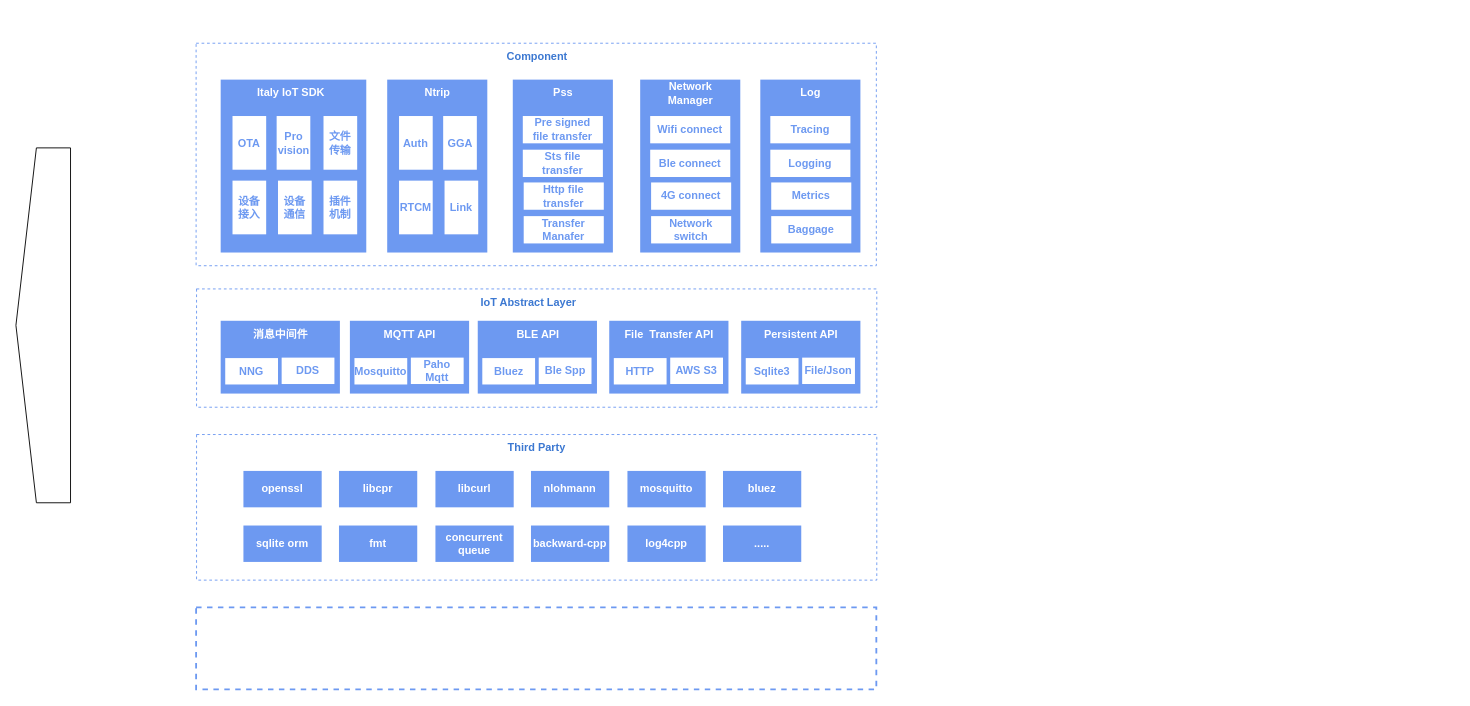
The draw.io diagram IoT架构-系统架构图.drawio in xunzhaoxusanduo/1-drawio, before the edit. Source tidied: cells renumbered, new cells numbered last; positions are measured from the earlier drawing's top-left corner, leaving out a move shared by most shapes. Both pictures are drawn from the tidied source at 91%, with x=0, y=0 at pixel (-135, 43).
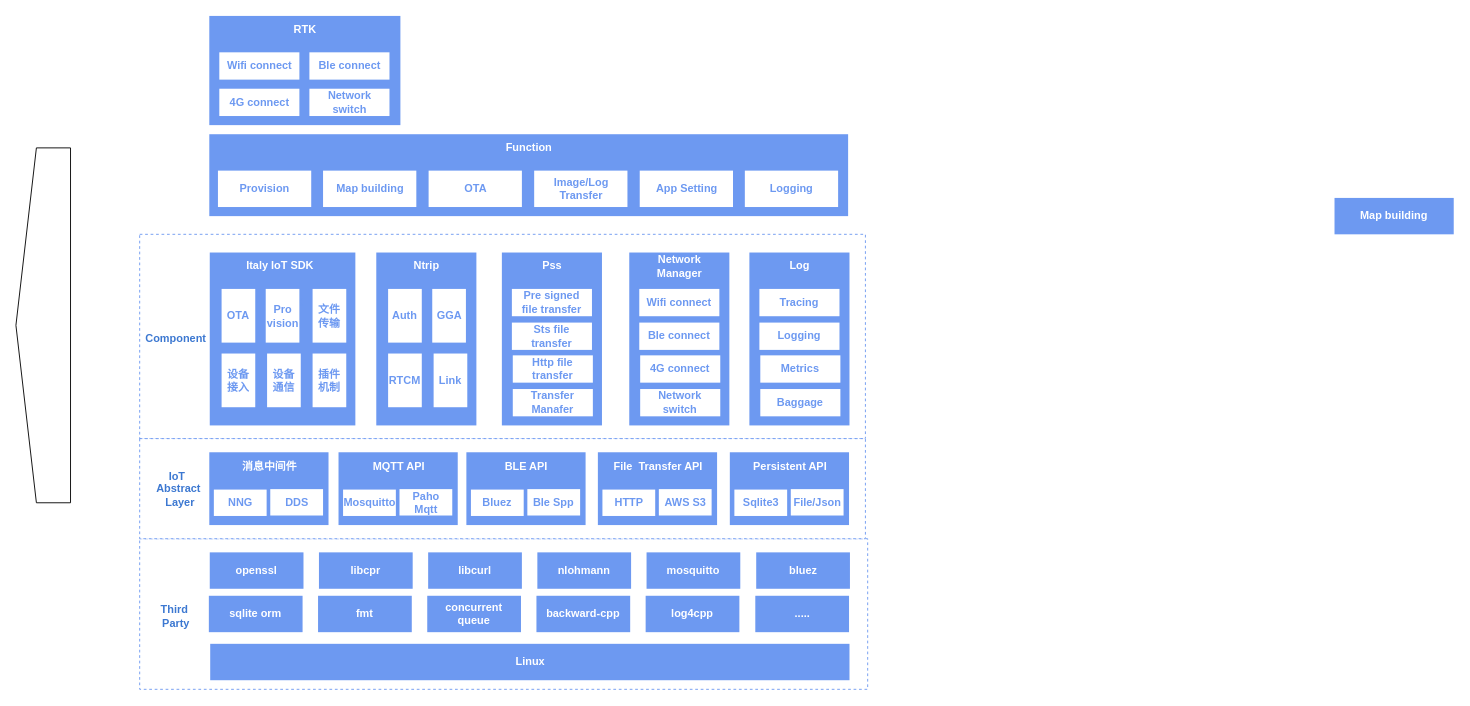
The same page after the edit.

Commit message (it also covers changes not shown here):
Update IoT架构-系统架构图.drawio

The edit, as a diff of the source:
```diff
@@
     <mxCell id="2" style="rounded=0;whiteSpace=wrap;html=1;dashed=1;strokeColor=#6D99F1;strokeWidth=1;" parent="1" vertex="1">
-      <mxGeometry x="363" width="747.5" height="244.5" as="geometry" />
+      <mxGeometry x="301" y="210" width="797.5" height="224.5" as="geometry" />
     </mxCell>
     <mxCell id="3" style="rounded=0;whiteSpace=wrap;html=1;dashed=1;strokeColor=#6D99F1;strokeWidth=1;" parent="1" vertex="1">
-      <mxGeometry x="363.5" y="430" width="747.5" height="160" as="geometry" />
+      <mxGeometry x="301" y="544.5" width="800" height="165.5" as="geometry" />
     </mxCell>
     <mxCell id="4" style="rounded=0;whiteSpace=wrap;html=1;dashed=1;strokeColor=#6D99F1;strokeWidth=1;" parent="1" vertex="1">
-      <mxGeometry x="363.5" y="270" width="747.5" height="130" as="geometry" />
+      <mxGeometry x="301" y="434.5" width="797.5" height="110" as="geometry" />
     </mxCell>
@@
-    <mxCell id="6" value="IoT Abstract Layer" style="text;html=1;align=center;verticalAlign=middle;whiteSpace=wrap;rounded=0;fontStyle=1;fontColor=#3C78D1;" parent="1" vertex="1">
-      <mxGeometry x="647.2" y="270" width="162.5" height="30" as="geometry" />
+    <mxCell id="6" value="IoT&amp;nbsp;&lt;div&gt;Abstract&lt;/div&gt;&lt;div&gt;&amp;nbsp;Layer&lt;/div&gt;" style="text;html=1;align=center;verticalAlign=middle;whiteSpace=wrap;rounded=0;fontStyle=1;fontColor=#3C78D1;" parent="1" vertex="1">
+      <mxGeometry x="308.5" y="436.8" width="70" height="105.5" as="geometry" />
     </mxCell>
     <mxCell id="7" value="Component" style="text;html=1;align=center;verticalAlign=middle;whiteSpace=wrap;rounded=0;fontStyle=1;fontColor=#3C78D1;" parent="1" vertex="1">
-      <mxGeometry x="363.5" width="747.5" height="30" as="geometry" />
+      <mxGeometry x="301" y="210" width="80" height="230" as="geometry" />
     </mxCell>
     <mxCell id="8" style="rounded=0;whiteSpace=wrap;html=1;fillColor=#6D99F1;strokeColor=none;" parent="1" vertex="1">
-      <mxGeometry x="390" y="305" width="131" height="80" as="geometry" />
+      <mxGeometry x="377.5" y="449.5" width="131" height="80" as="geometry" />
     </mxCell>
     <mxCell id="9" value="消息中间件" style="text;html=1;strokeColor=none;fillColor=none;align=center;verticalAlign=middle;whiteSpace=wrap;rounded=0;fontColor=#FFFFFF;fontStyle=1;" parent="1" vertex="1">
-      <mxGeometry x="391" y="305" width="130" height="30" as="geometry" />
+      <mxGeometry x="378.5" y="449.5" width="130" height="30" as="geometry" />
     </mxCell>
     <mxCell id="10" value="NNG" style="rounded=0;whiteSpace=wrap;html=1;strokeColor=none;fontColor=#6D99F1;fontStyle=1;" parent="1" vertex="1">
-      <mxGeometry x="395" y="346" width="58" height="29" as="geometry" />
+      <mxGeometry x="382.5" y="490.5" width="58" height="29" as="geometry" />
     </mxCell>
     <mxCell id="11" value="DDS" style="rounded=0;whiteSpace=wrap;html=1;strokeColor=none;fontColor=#6D99F1;fontStyle=1;" parent="1" vertex="1">
-      <mxGeometry x="457" y="345.5" width="58" height="29" as="geometry" />
+      <mxGeometry x="444.5" y="490" width="58" height="29" as="geometry" />
     </mxCell>
     <mxCell id="12" style="rounded=0;whiteSpace=wrap;html=1;fillColor=#6D99F1;strokeColor=none;" parent="1" vertex="1">
-      <mxGeometry x="532" y="305" width="131" height="80" as="geometry" />
+      <mxGeometry x="519.5" y="449.5" width="131" height="80" as="geometry" />
     </mxCell>
     <mxCell id="13" value="MQTT API" style="text;html=1;strokeColor=none;fillColor=none;align=center;verticalAlign=middle;whiteSpace=wrap;rounded=0;fontColor=#FFFFFF;fontStyle=1;" parent="1" vertex="1">
-      <mxGeometry x="533" y="305" width="130" height="30" as="geometry" />
+      <mxGeometry x="520.5" y="449.5" width="130" height="30" as="geometry" />
     </mxCell>
     <mxCell id="14" value="Mosquitto" style="rounded=0;whiteSpace=wrap;html=1;strokeColor=none;fontColor=#6D99F1;fontStyle=1;" parent="1" vertex="1">
-      <mxGeometry x="537" y="346" width="58" height="29" as="geometry" />
+      <mxGeometry x="524.5" y="490.5" width="58" height="29" as="geometry" />
     </mxCell>
     <mxCell id="15" value="Paho Mqtt" style="rounded=0;whiteSpace=wrap;html=1;strokeColor=none;fontColor=#6D99F1;fontStyle=1;" parent="1" vertex="1">
-      <mxGeometry x="599" y="345.5" width="58" height="29" as="geometry" />
+      <mxGeometry x="586.5" y="490" width="58" height="29" as="geometry" />
     </mxCell>
     <mxCell id="16" style="rounded=0;whiteSpace=wrap;html=1;fillColor=#6D99F1;strokeColor=none;" parent="1" vertex="1">
-      <mxGeometry x="672.5" y="305" width="131" height="80" as="geometry" />
+      <mxGeometry x="660" y="449.5" width="131" height="80" as="geometry" />
     </mxCell>
     <mxCell id="17" value="BLE API" style="text;html=1;strokeColor=none;fillColor=none;align=center;verticalAlign=middle;whiteSpace=wrap;rounded=0;fontColor=#FFFFFF;fontStyle=1;" parent="1" vertex="1">
-      <mxGeometry x="673.5" y="305" width="130" height="30" as="geometry" />
+      <mxGeometry x="661" y="449.5" width="130" height="30" as="geometry" />
     </mxCell>
     <mxCell id="18" value="Bluez" style="rounded=0;whiteSpace=wrap;html=1;strokeColor=none;fontColor=#6D99F1;fontStyle=1;" parent="1" vertex="1">
-      <mxGeometry x="677.5" y="346" width="58" height="29" as="geometry" />
+      <mxGeometry x="665" y="490.5" width="58" height="29" as="geometry" />
     </mxCell>
     <mxCell id="19" value="Ble Spp" style="rounded=0;whiteSpace=wrap;html=1;strokeColor=none;fontColor=#6D99F1;fontStyle=1;" parent="1" vertex="1">
-      <mxGeometry x="739.5" y="345.5" width="58" height="29" as="geometry" />
+      <mxGeometry x="727" y="490" width="58" height="29" as="geometry" />
     </mxCell>
     <mxCell id="20" style="rounded=0;whiteSpace=wrap;html=1;fillColor=#6D99F1;strokeColor=none;" parent="1" vertex="1">
-      <mxGeometry x="817" y="305" width="131" height="80" as="geometry" />
+      <mxGeometry x="804.5" y="449.5" width="131" height="80" as="geometry" />
     </mxCell>
     <mxCell id="21" value="File&amp;nbsp; Transfer API" style="text;html=1;strokeColor=none;fillColor=none;align=center;verticalAlign=middle;whiteSpace=wrap;rounded=0;fontColor=#FFFFFF;fontStyle=1;" parent="1" vertex="1">
-      <mxGeometry x="818" y="305" width="130" height="30" as="geometry" />
+      <mxGeometry x="805.5" y="449.5" width="130" height="30" as="geometry" />
     </mxCell>
     <mxCell id="22" value="HTTP" style="rounded=0;whiteSpace=wrap;html=1;strokeColor=none;fontColor=#6D99F1;fontStyle=1;" parent="1" vertex="1">
-      <mxGeometry x="822" y="346" width="58" height="29" as="geometry" />
+      <mxGeometry x="809.5" y="490.5" width="58" height="29" as="geometry" />
     </mxCell>
     <mxCell id="23" value="AWS S3" style="rounded=0;whiteSpace=wrap;html=1;strokeColor=none;fontColor=#6D99F1;fontStyle=1;" parent="1" vertex="1">
-      <mxGeometry x="884" y="345.5" width="58" height="29" as="geometry" />
+      <mxGeometry x="871.5" y="490" width="58" height="29" as="geometry" />
     </mxCell>
     <mxCell id="24" style="rounded=0;whiteSpace=wrap;html=1;fillColor=#6D99F1;strokeColor=none;" parent="1" vertex="1">
-      <mxGeometry x="962" y="305" width="131" height="80" as="geometry" />
+      <mxGeometry x="949.5" y="449.5" width="131" height="80" as="geometry" />
     </mxCell>
     <mxCell id="25" value="Persistent API" style="text;html=1;strokeColor=none;fillColor=none;align=center;verticalAlign=middle;whiteSpace=wrap;rounded=0;fontColor=#FFFFFF;fontStyle=1;" parent="1" vertex="1">
-      <mxGeometry x="963" y="305" width="130" height="30" as="geometry" />
+      <mxGeometry x="950.5" y="449.5" width="130" height="30" as="geometry" />
     </mxCell>
     <mxCell id="26" value="Sqlite3" style="rounded=0;whiteSpace=wrap;html=1;strokeColor=none;fontColor=#6D99F1;fontStyle=1;" parent="1" vertex="1">
-      <mxGeometry x="967" y="346" width="58" height="29" as="geometry" />
+      <mxGeometry x="954.5" y="490.5" width="58" height="29" as="geometry" />
     </mxCell>
     <mxCell id="27" value="File/Json" style="rounded=0;whiteSpace=wrap;html=1;strokeColor=none;fontColor=#6D99F1;fontStyle=1;" parent="1" vertex="1">
-      <mxGeometry x="1029" y="345.5" width="58" height="29" as="geometry" />
+      <mxGeometry x="1016.5" y="490" width="58" height="29" as="geometry" />
     </mxCell>
     <mxCell id="28" value="&lt;font color=&quot;#ffffff&quot;&gt;&lt;b&gt;openssl&lt;/b&gt;&lt;/font&gt;" style="rounded=0;whiteSpace=wrap;html=1;fillColor=#6D99F1;strokeColor=none;" parent="1" vertex="1">
-      <mxGeometry x="415" y="470" width="86" height="40" as="geometry" />
+      <mxGeometry x="378" y="559.5" width="103" height="40" as="geometry" />
     </mxCell>
-    <mxCell id="29" value="&lt;font color=&quot;#ffffff&quot;&gt;&lt;b&gt;libcpr&lt;/b&gt;&lt;/font&gt;" style="rounded=0;whiteSpace=wrap;html=1;fillColor=#6D99F1;strokeColor=none;" parent="1" vertex="1">
-      <mxGeometry x="520" y="470" width="86" height="40" as="geometry" />
-    </mxCell>
-    <mxCell id="30" value="&lt;font color=&quot;#ffffff&quot;&gt;&lt;b&gt;libcurl&lt;/b&gt;&lt;/font&gt;" style="rounded=0;whiteSpace=wrap;html=1;fillColor=#6D99F1;strokeColor=none;" parent="1" vertex="1">
-      <mxGeometry x="626" y="470" width="86" height="40" as="geometry" />
-    </mxCell>
-    <mxCell id="31" value="&lt;font color=&quot;#ffffff&quot;&gt;&lt;b&gt;nlohmann&lt;/b&gt;&lt;/font&gt;" style="rounded=0;whiteSpace=wrap;html=1;fillColor=#6D99F1;strokeColor=none;" parent="1" vertex="1">
-      <mxGeometry x="731" y="470" width="86" height="40" as="geometry" />
-    </mxCell>
-    <mxCell id="32" value="&lt;font color=&quot;#ffffff&quot;&gt;&lt;b&gt;mosquitto&lt;/b&gt;&lt;/font&gt;" style="rounded=0;whiteSpace=wrap;html=1;fillColor=#6D99F1;strokeColor=none;" parent="1" vertex="1">
-      <mxGeometry x="837" y="470" width="86" height="40" as="geometry" />
-    </mxCell>
-    <mxCell id="33" value="&lt;font color=&quot;#ffffff&quot;&gt;&lt;b&gt;bluez&lt;/b&gt;&lt;/font&gt;" style="rounded=0;whiteSpace=wrap;html=1;fillColor=#6D99F1;strokeColor=none;" parent="1" vertex="1">
-      <mxGeometry x="942" y="470" width="86" height="40" as="geometry" />
-    </mxCell>
-    <mxCell id="34" value="&lt;font color=&quot;#ffffff&quot;&gt;&lt;b&gt;sqlite orm&lt;/b&gt;&lt;/font&gt;" style="rounded=0;whiteSpace=wrap;html=1;fillColor=#6D99F1;strokeColor=none;" parent="1" vertex="1">
-      <mxGeometry x="415" y="530" width="86" height="40" as="geometry" />
-    </mxCell>
-    <mxCell id="35" value="&lt;font color=&quot;#ffffff&quot;&gt;&lt;b&gt;fmt&lt;/b&gt;&lt;/font&gt;" style="rounded=0;whiteSpace=wrap;html=1;fillColor=#6D99F1;strokeColor=none;" parent="1" vertex="1">
-      <mxGeometry x="520" y="530" width="86" height="40" as="geometry" />
-    </mxCell>
-    <mxCell id="36" value="&lt;font color=&quot;#ffffff&quot;&gt;&lt;b&gt;concurrent&lt;/b&gt;&lt;/font&gt;&lt;div&gt;&lt;font color=&quot;#ffffff&quot;&gt;&lt;b&gt;queue&lt;/b&gt;&lt;/font&gt;&lt;/div&gt;" style="rounded=0;whiteSpace=wrap;html=1;fillColor=#6D99F1;strokeColor=none;" parent="1" vertex="1">
-      <mxGeometry x="626" y="530" width="86" height="40" as="geometry" />
-    </mxCell>
-    <mxCell id="37" value="&lt;font color=&quot;#ffffff&quot;&gt;&lt;b&gt;backward-cpp&lt;/b&gt;&lt;/font&gt;" style="rounded=0;whiteSpace=wrap;html=1;fillColor=#6D99F1;strokeColor=none;" parent="1" vertex="1">
-      <mxGeometry x="731" y="530" width="86" height="40" as="geometry" />
-    </mxCell>
-    <mxCell id="38" value="&lt;font color=&quot;#ffffff&quot;&gt;&lt;b&gt;log4cpp&lt;/b&gt;&lt;/font&gt;" style="rounded=0;whiteSpace=wrap;html=1;fillColor=#6D99F1;strokeColor=none;" parent="1" vertex="1">
-      <mxGeometry x="837" y="530" width="86" height="40" as="geometry" />
-    </mxCell>
-    <mxCell id="39" value="&lt;font color=&quot;#ffffff&quot;&gt;&lt;b&gt;.....&lt;/b&gt;&lt;/font&gt;" style="rounded=0;whiteSpace=wrap;html=1;fillColor=#6D99F1;strokeColor=none;" parent="1" vertex="1">
-      <mxGeometry x="942" y="530" width="86" height="40" as="geometry" />
-    </mxCell>
-    <mxCell id="40" value="Third Party" style="text;html=1;align=center;verticalAlign=middle;whiteSpace=wrap;rounded=0;fontStyle=1;fontColor=#3C78D1;" parent="1" vertex="1">
-      <mxGeometry x="655.5" y="430" width="162.5" height="30" as="geometry" />
+    <mxCell id="40" value="Third&lt;div&gt;&amp;nbsp;Party&lt;/div&gt;" style="text;html=1;align=center;verticalAlign=middle;whiteSpace=wrap;rounded=0;fontStyle=1;fontColor=#3C78D1;" parent="1" vertex="1">
+      <mxGeometry x="301" y="550" width="76.5" height="160" as="geometry" />
     </mxCell>
-    <mxCell id="41" style="rounded=0;whiteSpace=wrap;html=1;dashed=1;strokeColor=#6D99F1;strokeWidth=2;" parent="1" vertex="1">
-      <mxGeometry x="363" y="620" width="747.5" height="90" as="geometry" />
-    </mxCell>
     <mxCell id="42" style="group;" parent="1" vertex="1">
-      <mxGeometry x="390" y="40" width="160" height="190" as="geometry" />
+      <mxGeometry x="378" y="230" width="160" height="190" as="geometry" />
     </mxCell>
@@
     <mxCell id="52" style="group;" parent="1" vertex="1">
-      <mxGeometry x="573" y="40" width="110" height="190" as="geometry" />
+      <mxGeometry x="561" y="230" width="110" height="190" as="geometry" />
     </mxCell>
@@
     <mxCell id="59" style="group;" parent="1" vertex="1">
-      <mxGeometry x="711" y="40" width="110" height="190" as="geometry" />
+      <mxGeometry x="699" y="230" width="110" height="190" as="geometry" />
     </mxCell>
@@
     <mxCell id="66" style="group;" parent="1" vertex="1">
-      <mxGeometry x="851" y="40" width="110" height="190" as="geometry" />
+      <mxGeometry x="839" y="230" width="110" height="190" as="geometry" />
     </mxCell>
@@
     <mxCell id="73" style="rounded=0;whiteSpace=wrap;html=1;fillColor=#6D99F1;strokeColor=none;" parent="1" vertex="1">
-      <mxGeometry x="983" y="40" width="110" height="190" as="geometry" />
+      <mxGeometry x="971" y="230" width="110" height="190" as="geometry" />
     </mxCell>
     <mxCell id="74" value="Metrics" style="rounded=0;whiteSpace=wrap;html=1;strokeColor=none;fontColor=#6D99F1;fontStyle=1;" parent="1" vertex="1">
-      <mxGeometry x="995" y="153" width="88" height="30" as="geometry" />
+      <mxGeometry x="983" y="343" width="88" height="30" as="geometry" />
     </mxCell>
     <mxCell id="75" value="Log" style="text;html=1;strokeColor=none;fillColor=none;align=center;verticalAlign=middle;whiteSpace=wrap;rounded=0;fontColor=#FFFFFF;fontStyle=1;" parent="1" vertex="1">
-      <mxGeometry x="990.5" y="40" width="95" height="30" as="geometry" />
+      <mxGeometry x="978.5" y="230" width="95" height="30" as="geometry" />
     </mxCell>
     <mxCell id="76" value="Logging" style="rounded=0;whiteSpace=wrap;html=1;strokeColor=none;fontColor=#6D99F1;fontStyle=1;" parent="1" vertex="1">
-      <mxGeometry x="994" y="117" width="88" height="30" as="geometry" />
+      <mxGeometry x="982" y="307" width="88" height="30" as="geometry" />
     </mxCell>
     <mxCell id="77" value="Tracing" style="rounded=0;whiteSpace=wrap;html=1;strokeColor=none;fontColor=#6D99F1;fontStyle=1;" parent="1" vertex="1">
-      <mxGeometry x="994" y="80" width="88" height="30" as="geometry" />
+      <mxGeometry x="982" y="270" width="88" height="30" as="geometry" />
     </mxCell>
     <mxCell id="78" value="Baggage" style="rounded=0;whiteSpace=wrap;html=1;strokeColor=none;fontColor=#6D99F1;fontStyle=1;" parent="1" vertex="1">
-      <mxGeometry x="995" y="190" width="88" height="30" as="geometry" />
+      <mxGeometry x="983" y="380" width="88" height="30" as="geometry" />
     </mxCell>
+    <mxCell id="79" style="rounded=0;whiteSpace=wrap;html=1;fillColor=#6D99F1;strokeColor=none;" parent="1" vertex="1">
+      <mxGeometry x="377.5" y="100" width="702" height="90" as="geometry" />
+    </mxCell>
+    <mxCell id="80" value="&lt;font color=&quot;#ffffff&quot;&gt;&lt;b&gt;Map building&lt;/b&gt;&lt;/font&gt;" style="rounded=0;whiteSpace=wrap;html=1;fillColor=#6D99F1;strokeColor=none;" parent="1" vertex="1">
+      <mxGeometry x="1614" y="170" width="131" height="40" as="geometry" />
+    </mxCell>
+    <mxCell id="81" value="Provision" style="rounded=0;whiteSpace=wrap;html=1;strokeColor=none;fontColor=#6D99F1;fontStyle=1;" parent="1" vertex="1">
+      <mxGeometry x="387" y="140" width="102.5" height="40" as="geometry" />
+    </mxCell>
+    <mxCell id="82" value="Map building" style="rounded=0;whiteSpace=wrap;html=1;strokeColor=none;fontColor=#6D99F1;fontStyle=1;" parent="1" vertex="1">
+      <mxGeometry x="502.5" y="140" width="102.5" height="40" as="geometry" />
+    </mxCell>
+    <mxCell id="83" value="OTA" style="rounded=0;whiteSpace=wrap;html=1;strokeColor=none;fontColor=#6D99F1;fontStyle=1;" parent="1" vertex="1">
+      <mxGeometry x="618.5" y="140" width="102.5" height="40" as="geometry" />
+    </mxCell>
+    <mxCell id="84" value="Image/Log Transfer" style="rounded=0;whiteSpace=wrap;html=1;strokeColor=none;fontColor=#6D99F1;fontStyle=1;" parent="1" vertex="1">
+      <mxGeometry x="734.5" y="140" width="102.5" height="40" as="geometry" />
+    </mxCell>
+    <mxCell id="85" value="App Setting" style="rounded=0;whiteSpace=wrap;html=1;strokeColor=none;fontColor=#6D99F1;fontStyle=1;" parent="1" vertex="1">
+      <mxGeometry x="850.5" y="140" width="102.5" height="40" as="geometry" />
+    </mxCell>
+    <mxCell id="86" value="Logging" style="rounded=0;whiteSpace=wrap;html=1;strokeColor=none;fontColor=#6D99F1;fontStyle=1;" parent="1" vertex="1">
+      <mxGeometry x="966" y="140" width="102.5" height="40" as="geometry" />
+    </mxCell>
+    <mxCell id="87" value="Function" style="text;html=1;strokeColor=none;fillColor=none;align=center;verticalAlign=middle;whiteSpace=wrap;rounded=0;fontColor=#FFFFFF;fontStyle=1;" parent="1" vertex="1">
+      <mxGeometry x="377.5" y="100" width="702" height="30" as="geometry" />
+    </mxCell>
+    <mxCell id="88" style="rounded=0;whiteSpace=wrap;html=1;fillColor=#6D99F1;strokeColor=none;" parent="1" vertex="1">
+      <mxGeometry x="377.5" y="-30" width="210" height="120" as="geometry" />
+    </mxCell>
+    <mxCell id="89" value="4G connect" style="rounded=0;whiteSpace=wrap;html=1;strokeColor=none;fontColor=#6D99F1;fontStyle=1;" parent="1" vertex="1">
+      <mxGeometry x="388.5" y="50" width="88" height="30" as="geometry" />
+    </mxCell>
+    <mxCell id="90" value="RTK" style="text;html=1;strokeColor=none;fillColor=none;align=center;verticalAlign=middle;whiteSpace=wrap;rounded=0;fontColor=#FFFFFF;fontStyle=1;" parent="1" vertex="1">
+      <mxGeometry x="377.5" y="-30" width="210" height="30" as="geometry" />
+    </mxCell>
+    <mxCell id="91" value="Ble connect" style="rounded=0;whiteSpace=wrap;html=1;strokeColor=none;fontColor=#6D99F1;fontStyle=1;" parent="1" vertex="1">
+      <mxGeometry x="487.5" y="10" width="88" height="30" as="geometry" />
+    </mxCell>
+    <mxCell id="92" value="Wifi connect" style="rounded=0;whiteSpace=wrap;html=1;strokeColor=none;fontColor=#6D99F1;fontStyle=1;" parent="1" vertex="1">
+      <mxGeometry x="388.5" y="10" width="88" height="30" as="geometry" />
+    </mxCell>
+    <mxCell id="93" value="Network switch" style="rounded=0;whiteSpace=wrap;html=1;strokeColor=none;fontColor=#6D99F1;fontStyle=1;" parent="1" vertex="1">
+      <mxGeometry x="487.5" y="50" width="88" height="30" as="geometry" />
+    </mxCell>
+    <mxCell id="94" value="&lt;font color=&quot;#ffffff&quot;&gt;&lt;b&gt;Linux&lt;/b&gt;&lt;/font&gt;" style="rounded=0;whiteSpace=wrap;html=1;fillColor=#6D99F1;strokeColor=none;" parent="1" vertex="1">
+      <mxGeometry x="378.5" y="660" width="702.5" height="40" as="geometry" />
+    </mxCell>
+    <mxCell id="29" value="&lt;b style=&quot;border-color: var(--border-color); color: rgb(255, 255, 255);&quot;&gt;libcpr&lt;/b&gt;" style="rounded=0;whiteSpace=wrap;html=1;fillColor=#6D99F1;strokeColor=none;" parent="1" vertex="1">
+      <mxGeometry x="498" y="559.5" width="103" height="40" as="geometry" />
+    </mxCell>
+    <mxCell id="30" value="&lt;b style=&quot;border-color: var(--border-color); color: rgb(255, 255, 255);&quot;&gt;libcurl&lt;/b&gt;" style="rounded=0;whiteSpace=wrap;html=1;fillColor=#6D99F1;strokeColor=none;" parent="1" vertex="1">
+      <mxGeometry x="618" y="559.5" width="103" height="40" as="geometry" />
+    </mxCell>
+    <mxCell id="31" value="&lt;b style=&quot;border-color: var(--border-color); color: rgb(255, 255, 255);&quot;&gt;nlohmann&lt;/b&gt;" style="rounded=0;whiteSpace=wrap;html=1;fillColor=#6D99F1;strokeColor=none;" parent="1" vertex="1">
+      <mxGeometry x="738" y="559.5" width="103" height="40" as="geometry" />
+    </mxCell>
+    <mxCell id="32" value="&lt;b style=&quot;border-color: var(--border-color); color: rgb(255, 255, 255);&quot;&gt;mosquitto&lt;/b&gt;" style="rounded=0;whiteSpace=wrap;html=1;fillColor=#6D99F1;strokeColor=none;" parent="1" vertex="1">
+      <mxGeometry x="858" y="559.5" width="103" height="40" as="geometry" />
+    </mxCell>
+    <mxCell id="33" value="&lt;b style=&quot;border-color: var(--border-color); color: rgb(255, 255, 255);&quot;&gt;bluez&lt;/b&gt;" style="rounded=0;whiteSpace=wrap;html=1;fillColor=#6D99F1;strokeColor=none;" parent="1" vertex="1">
+      <mxGeometry x="978.5" y="559.5" width="103" height="40" as="geometry" />
+    </mxCell>
+    <mxCell id="34" value="&lt;b style=&quot;border-color: var(--border-color); color: rgb(255, 255, 255);&quot;&gt;sqlite orm&lt;/b&gt;" style="rounded=0;whiteSpace=wrap;html=1;fillColor=#6D99F1;strokeColor=none;" parent="1" vertex="1">
+      <mxGeometry x="377" y="607.2" width="103" height="40" as="geometry" />
+    </mxCell>
+    <mxCell id="35" value="&lt;b style=&quot;border-color: var(--border-color); color: rgb(255, 255, 255);&quot;&gt;fmt&lt;/b&gt;" style="rounded=0;whiteSpace=wrap;html=1;fillColor=#6D99F1;strokeColor=none;" parent="1" vertex="1">
+      <mxGeometry x="497" y="607.2" width="103" height="40" as="geometry" />
+    </mxCell>
+    <mxCell id="36" value="&lt;font style=&quot;border-color: var(--border-color);&quot; color=&quot;#ffffff&quot;&gt;&lt;b style=&quot;border-color: var(--border-color);&quot;&gt;concurrent&lt;/b&gt;&lt;/font&gt;&lt;div style=&quot;border-color: var(--border-color);&quot;&gt;&lt;font style=&quot;border-color: var(--border-color);&quot; color=&quot;#ffffff&quot;&gt;&lt;b style=&quot;border-color: var(--border-color);&quot;&gt;queue&lt;/b&gt;&lt;/font&gt;&lt;/div&gt;" style="rounded=0;whiteSpace=wrap;html=1;fillColor=#6D99F1;strokeColor=none;" parent="1" vertex="1">
+      <mxGeometry x="617" y="607.2" width="103" height="40" as="geometry" />
+    </mxCell>
+    <mxCell id="37" value="&lt;b style=&quot;border-color: var(--border-color); color: rgb(255, 255, 255);&quot;&gt;backward-cpp&lt;/b&gt;" style="rounded=0;whiteSpace=wrap;html=1;fillColor=#6D99F1;strokeColor=none;" parent="1" vertex="1">
+      <mxGeometry x="737" y="607.2" width="103" height="40" as="geometry" />
+    </mxCell>
+    <mxCell id="38" value="&lt;b style=&quot;border-color: var(--border-color); color: rgb(255, 255, 255);&quot;&gt;log4cpp&lt;/b&gt;" style="rounded=0;whiteSpace=wrap;html=1;fillColor=#6D99F1;strokeColor=none;" parent="1" vertex="1">
+      <mxGeometry x="857" y="607.2" width="103" height="40" as="geometry" />
+    </mxCell>
+    <mxCell id="39" value="&lt;b style=&quot;border-color: var(--border-color); color: rgb(255, 255, 255);&quot;&gt;.....&lt;/b&gt;" style="rounded=0;whiteSpace=wrap;html=1;fillColor=#6D99F1;strokeColor=none;" parent="1" vertex="1">
+      <mxGeometry x="977.5" y="607.2" width="103" height="40" as="geometry" />
+    </mxCell>
```
